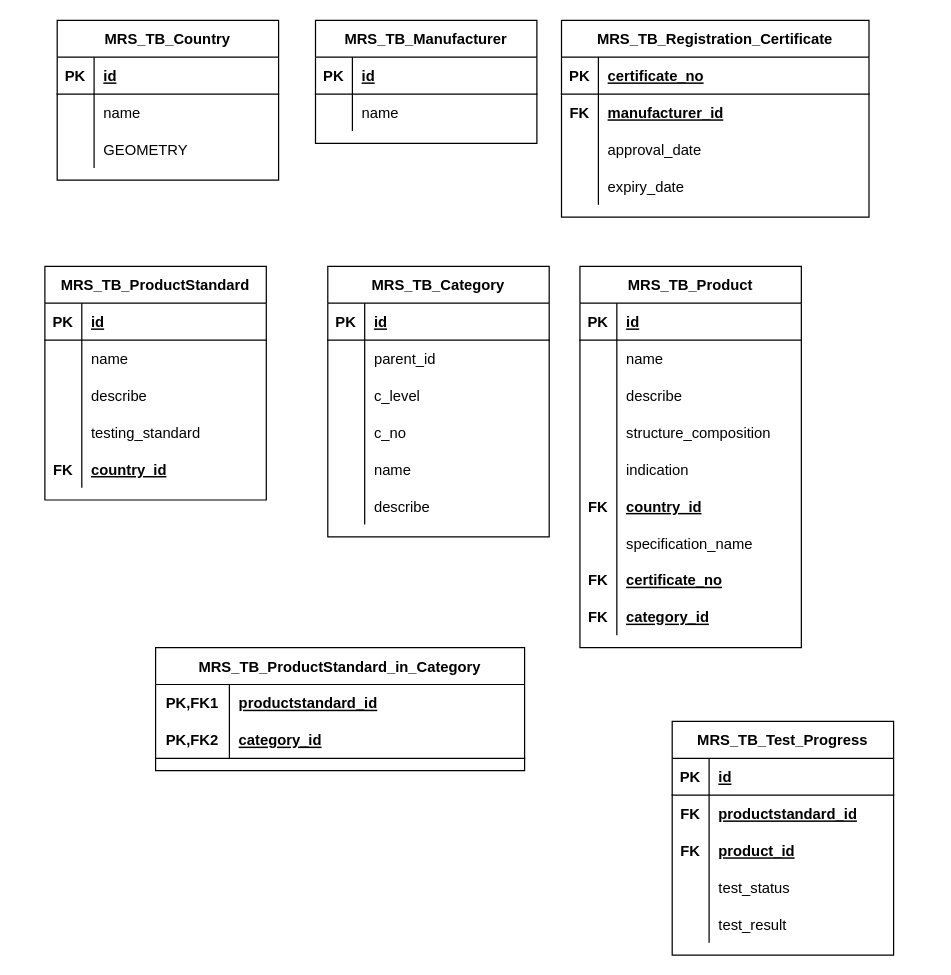
Before: Paper Diagram.drawio in iotrobot/socket, a draw.io diagram. Source tidied: cells renumbered, new cells numbered last; positions are measured from the earlier drawing's top-left corner, leaving out a move shared by most shapes. Both pictures are drawn from the tidied source at 123%, with x=0, y=0 at pixel (44, 20).
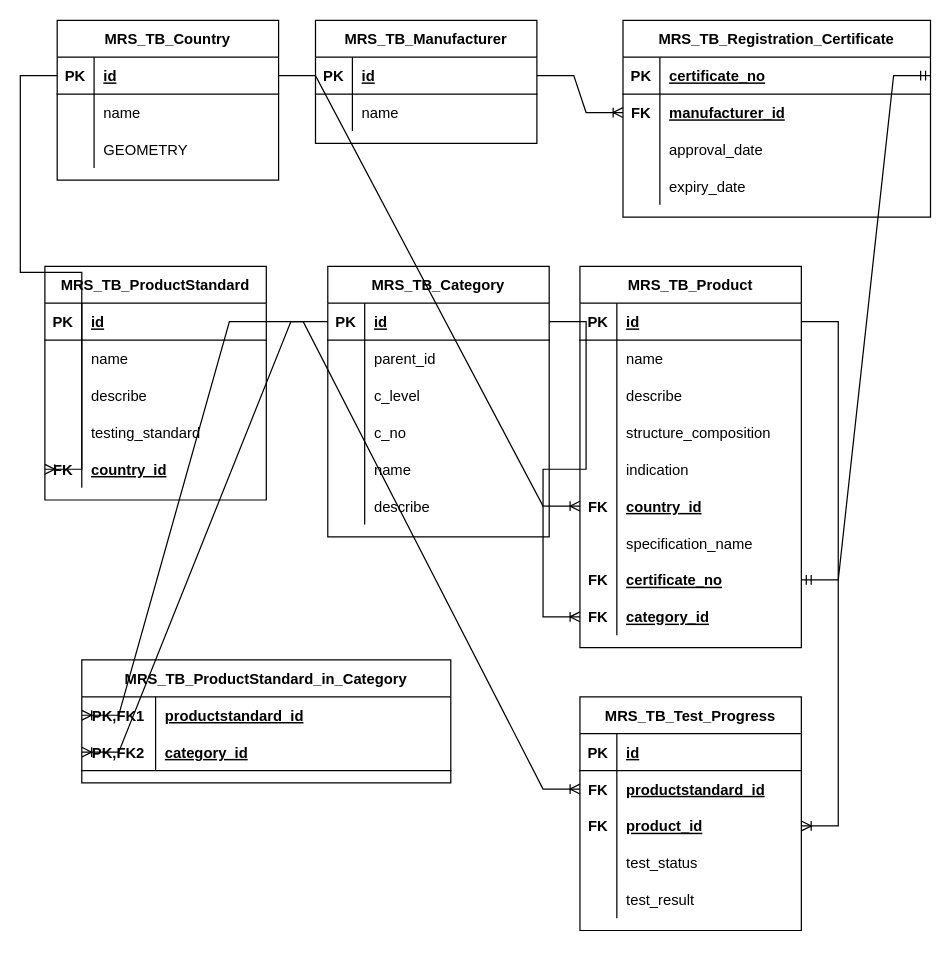
The same page after the edit.

The change refers to these unchanged cells:
```xml
<mxCell id="3" style="shape=tableRow;horizontal=0;startSize=0;swimlaneHead=0;swimlaneBody=0;fillColor=none;points=[[0,0.5],[1,0.5]];portConstraint=eastwest;top=0;left=0;right=0;bottom=1;" parent="2" vertex="1">
  <mxGeometry y="30" width="180" height="30" as="geometry" />
</mxCell>
<mxCell id="13" style="shape=tableRow;horizontal=0;startSize=0;swimlaneHead=0;swimlaneBody=0;fillColor=none;points=[[0,0.5],[1,0.5]];portConstraint=eastwest;top=0;left=0;right=0;bottom=1;" parent="12" vertex="1">
  <mxGeometry y="30" width="180" height="30" as="geometry" />
</mxCell>
<mxCell id="20" style="shape=tableRow;horizontal=0;startSize=0;swimlaneHead=0;swimlaneBody=0;fillColor=none;points=[[0,0.5],[1,0.5]];portConstraint=eastwest;top=0;left=0;right=0;bottom=1;" parent="19" vertex="1">
  <mxGeometry y="30" width="250" height="30" as="geometry" />
</mxCell>
<mxCell id="23" style="shape=tableRow;horizontal=0;startSize=0;swimlaneHead=0;swimlaneBody=0;fillColor=none;points=[[0,0.5],[1,0.5]];portConstraint=eastwest;top=0;left=0;right=0;bottom=0;" parent="19" vertex="1">
  <mxGeometry y="60" width="250" height="30" as="geometry" />
</mxCell>
<mxCell id="33" style="shape=tableRow;horizontal=0;startSize=0;swimlaneHead=0;swimlaneBody=0;fillColor=none;points=[[0,0.5],[1,0.5]];portConstraint=eastwest;top=0;left=0;right=0;bottom=1;" parent="32" vertex="1">
  <mxGeometry y="30" width="180" height="30" as="geometry" />
</mxCell>
<mxCell id="52" style="shape=tableRow;horizontal=0;startSize=0;swimlaneHead=0;swimlaneBody=0;fillColor=none;points=[[0,0.5],[1,0.5]];portConstraint=eastwest;top=0;left=0;right=0;bottom=1;" parent="51" vertex="1">
  <mxGeometry y="30" width="180" height="30" as="geometry" />
</mxCell>
<mxCell id="67" style="shape=tableRow;horizontal=0;startSize=0;swimlaneHead=0;swimlaneBody=0;fillColor=none;points=[[0,0.5],[1,0.5]];portConstraint=eastwest;top=0;left=0;right=0;bottom=0;" parent="51" vertex="1">
  <mxGeometry y="180" width="180" height="30" as="geometry" />
</mxCell>
<mxCell id="73" style="shape=tableRow;horizontal=0;startSize=0;swimlaneHead=0;swimlaneBody=0;fillColor=none;points=[[0,0.5],[1,0.5]];portConstraint=eastwest;top=0;left=0;right=0;bottom=0;" parent="51" vertex="1">
  <mxGeometry y="240" width="180" height="30" as="geometry" />
</mxCell>
<mxCell id="76" style="shape=tableRow;horizontal=0;startSize=0;swimlaneHead=0;swimlaneBody=0;fillColor=none;points=[[0,0.5],[1,0.5]];portConstraint=eastwest;top=0;left=0;right=0;bottom=0;" parent="51" vertex="1">
  <mxGeometry y="270" width="180" height="30" as="geometry" />
</mxCell>
<mxCell id="80" style="shape=tableRow;horizontal=0;startSize=0;swimlaneHead=0;swimlaneBody=0;fillColor=none;points=[[0,0.5],[1,0.5]];portConstraint=eastwest;top=0;left=0;right=0;bottom=1;" parent="79" vertex="1">
  <mxGeometry y="30" width="180" height="30" as="geometry" />
</mxCell>
<mxCell id="92" style="shape=tableRow;horizontal=0;startSize=0;swimlaneHead=0;swimlaneBody=0;fillColor=none;points=[[0,0.5],[1,0.5]];portConstraint=eastwest;top=0;left=0;right=0;bottom=0;" parent="79" vertex="1">
  <mxGeometry y="150" width="180" height="30" as="geometry" />
</mxCell>
<mxCell id="99" style="shape=tableRow;horizontal=0;startSize=0;swimlaneHead=0;swimlaneBody=0;fillColor=none;points=[[0,0.5],[1,0.5]];portConstraint=eastwest;top=0;left=0;right=0;bottom=0;" parent="95" vertex="1">
  <mxGeometry y="60" width="180" height="30" as="geometry" />
</mxCell>
<mxCell id="102" style="shape=tableRow;horizontal=0;startSize=0;swimlaneHead=0;swimlaneBody=0;fillColor=none;points=[[0,0.5],[1,0.5]];portConstraint=eastwest;top=0;left=0;right=0;bottom=0;" parent="95" vertex="1">
  <mxGeometry y="90" width="180" height="30" as="geometry" />
</mxCell>
<mxCell id="112" style="shape=tableRow;horizontal=0;startSize=0;swimlaneHead=0;swimlaneBody=0;fillColor=none;points=[[0,0.5],[1,0.5]];portConstraint=eastwest;top=0;left=0;right=0;bottom=0;" parent="111" vertex="1">
  <mxGeometry y="30" width="300" height="30" as="geometry" />
</mxCell>
<mxCell id="115" style="shape=tableRow;horizontal=0;startSize=0;swimlaneHead=0;swimlaneBody=0;fillColor=none;points=[[0,0.5],[1,0.5]];portConstraint=eastwest;top=0;left=0;right=0;bottom=1;" parent="111" vertex="1">
  <mxGeometry y="60" width="300" height="30" as="geometry" />
</mxCell>
```

The edit, as a diff of the source:
```diff
@@
     <mxCell id="19" value="MRS_TB_Registration_Certificate" style="shape=table;startSize=30;childLayout=tableLayout;rowLines=0;fontStyle=1;align=center;" parent="1" vertex="1">
-      <mxGeometry x="420" width="250" height="160" as="geometry" />
+      <mxGeometry x="470" width="250" height="160" as="geometry" />
     </mxCell>
@@
     <mxCell id="95" value="MRS_TB_Test_Progress" style="shape=table;startSize=30;childLayout=tableLayout;rowLines=0;fontStyle=1;align=center;" parent="1" vertex="1">
-      <mxGeometry x="510" y="570" width="180" height="190" as="geometry" />
+      <mxGeometry x="435" y="550" width="180" height="190" as="geometry" />
     </mxCell>
@@
     <mxCell id="111" value="MRS_TB_ProductStandard_in_Category" style="shape=table;startSize=30;childLayout=tableLayout;rowLines=0;fontStyle=1;align=center;" parent="1" vertex="1">
-      <mxGeometry x="90" y="510" width="300" height="100" as="geometry" />
+      <mxGeometry x="30" y="520" width="300" height="100" as="geometry" />
     </mxCell>
@@
+    <mxCell id="118" style="edgeStyle=entityRelationEdgeStyle;fontSize=12;html=1;endArrow=ERoneToMany;rounded=0;exitX=1;exitY=0.5;exitDx=0;exitDy=0;entryX=1;entryY=0.5;entryDx=0;entryDy=0;" parent="1" edge="1" source="52" target="102">
+      <mxGeometry relative="1" as="geometry" />
+    </mxCell>
+    <mxCell id="119" style="edgeStyle=entityRelationEdgeStyle;fontSize=12;html=1;endArrow=ERoneToMany;rounded=0;entryX=0;entryY=0.5;entryDx=0;entryDy=0;exitX=1;exitY=0.5;exitDx=0;exitDy=0;" parent="1" edge="1" source="80" target="99">
+      <mxGeometry relative="1" as="geometry" />
+    </mxCell>
+    <mxCell id="120" style="edgeStyle=entityRelationEdgeStyle;fontSize=12;html=1;endArrow=ERoneToMany;rounded=0;exitX=1;exitY=0.5;exitDx=0;exitDy=0;entryX=0;entryY=0.5;entryDx=0;entryDy=0;" parent="1" edge="1" source="80" target="112">
+      <mxGeometry relative="1" as="geometry" />
+    </mxCell>
+    <mxCell id="121" style="edgeStyle=entityRelationEdgeStyle;fontSize=12;html=1;endArrow=ERoneToMany;rounded=0;entryX=0;entryY=0.5;entryDx=0;entryDy=0;exitX=0;exitY=0.5;exitDx=0;exitDy=0;" parent="1" edge="1" source="33" target="115">
+      <mxGeometry relative="1" as="geometry" />
+    </mxCell>
+    <mxCell id="122" style="edgeStyle=entityRelationEdgeStyle;fontSize=12;html=1;endArrow=ERoneToMany;rounded=0;entryX=0;entryY=0.5;entryDx=0;entryDy=0;exitX=1;exitY=0.5;exitDx=0;exitDy=0;" parent="1" edge="1" source="33" target="76">
+      <mxGeometry relative="1" as="geometry" />
+    </mxCell>
+    <mxCell id="123" style="edgeStyle=entityRelationEdgeStyle;fontSize=12;html=1;endArrow=ERmandOne;startArrow=ERmandOne;rounded=0;exitX=1;exitY=0.5;exitDx=0;exitDy=0;entryX=1;entryY=0.5;entryDx=0;entryDy=0;" parent="1" edge="1" source="73" target="20">
+      <mxGeometry relative="1" as="geometry" />
+    </mxCell>
+    <mxCell id="124" style="edgeStyle=entityRelationEdgeStyle;fontSize=12;html=1;endArrow=ERoneToMany;rounded=0;entryX=0;entryY=0.5;entryDx=0;entryDy=0;exitX=1;exitY=0.5;exitDx=0;exitDy=0;" parent="1" edge="1" source="13" target="23">
+      <mxGeometry relative="1" as="geometry" />
+    </mxCell>
+    <mxCell id="125" style="edgeStyle=entityRelationEdgeStyle;fontSize=12;html=1;endArrow=ERoneToMany;rounded=0;entryX=0;entryY=0.5;entryDx=0;entryDy=0;exitX=0;exitY=0.5;exitDx=0;exitDy=0;" parent="1" edge="1" source="3" target="92">
+      <mxGeometry relative="1" as="geometry" />
+    </mxCell>
+    <mxCell id="126" style="edgeStyle=entityRelationEdgeStyle;fontSize=12;html=1;endArrow=ERoneToMany;rounded=0;entryX=0;entryY=0.5;entryDx=0;entryDy=0;exitX=1;exitY=0.5;exitDx=0;exitDy=0;" parent="1" edge="1" source="3" target="67">
+      <mxGeometry relative="1" as="geometry" />
+    </mxCell>
```
